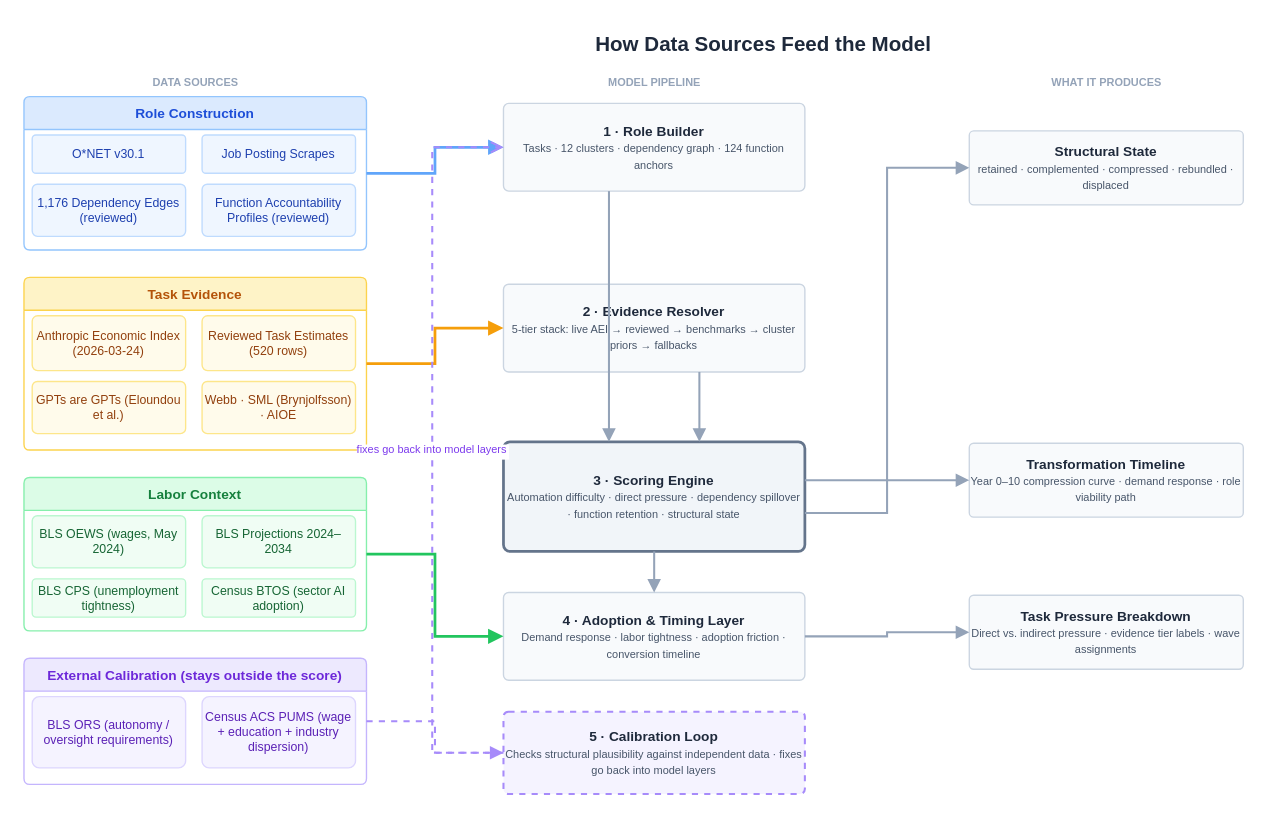
Before: data-sources-diagram.drawio in wrenthejewels/DLYJ, a draw.io diagram. Source tidied: cells renumbered, new cells numbered last; positions are measured from the earlier drawing's top-left corner, leaving out a move shared by most shapes. Both pictures are drawn from the tidied source at 137%, with x=0, y=0 at pixel (23, 23).
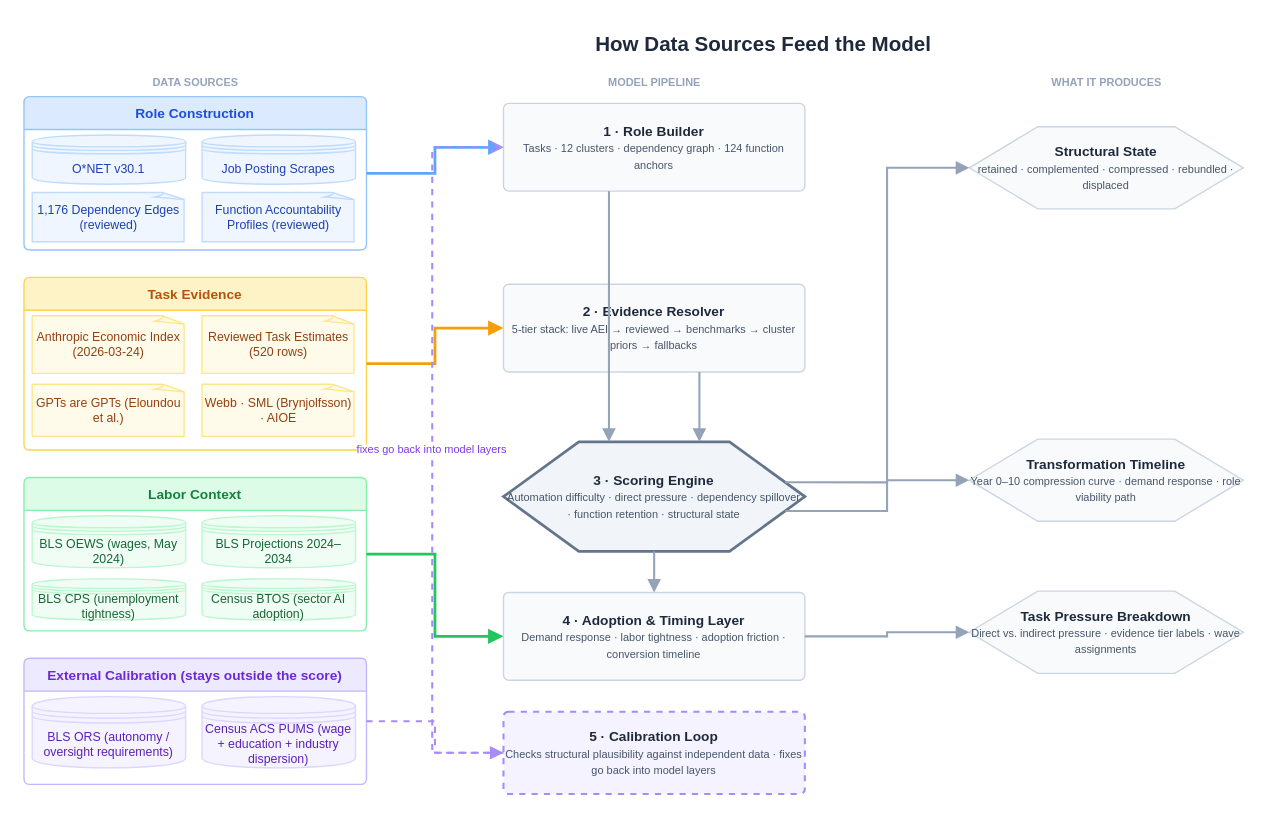
The same page after the edit.

Commit message:
Auto-push after Claude pass [skip ci]

The change refers to these unchanged cells:
```xml
<mxCell id="6" value="Role Construction" style="swimlane;startSize=24;fillColor=#dbeafe;strokeColor=#93c5fd;fontColor=#1d4ed8;fontStyle=1;fontSize=10;arcSize=6;rounded=1;" parent="1" vertex="1">
  <mxGeometry y="53" width="250" height="112" as="geometry" />
</mxCell>
<mxCell id="11" value="Task Evidence" style="swimlane;startSize=24;fillColor=#fef3c7;strokeColor=#fcd34d;fontColor=#b45309;fontStyle=1;fontSize=10;arcSize=6;rounded=1;" parent="1" vertex="1">
  <mxGeometry y="185" width="250" height="126" as="geometry" />
</mxCell>
<mxCell id="16" value="Labor Context" style="swimlane;startSize=24;fillColor=#dcfce7;strokeColor=#86efac;fontColor=#15803d;fontStyle=1;fontSize=10;arcSize=6;rounded=1;" parent="1" vertex="1">
  <mxGeometry y="331" width="250" height="112" as="geometry" />
</mxCell>
<mxCell id="21" value="External Calibration  (stays outside the score)" style="swimlane;startSize=24;fillColor=#ede9fe;strokeColor=#c4b5fd;fontColor=#6d28d9;fontStyle=1;fontSize=10;arcSize=6;rounded=1;" parent="1" vertex="1">
  <mxGeometry y="463" width="250" height="92" as="geometry" />
</mxCell>
```

Diff of the diagram source:
```diff
@@
-    <mxCell id="7" value="O*NET v30.1" style="rounded=1;whiteSpace=wrap;html=1;fillColor=#eff6ff;strokeColor=#bfdbfe;fontColor=#1e40af;fontSize=9;arcSize=10;" parent="6" vertex="1">
-      <mxGeometry x="6" y="28" width="112" height="28" as="geometry" />
+    <mxCell id="7" value="O*NET v30.1" style="shape=datastore;whiteSpace=wrap;html=1;fillColor=#eff6ff;strokeColor=#bfdbfe;fontColor=#1e40af;fontSize=9;" parent="6" vertex="1">
+      <mxGeometry x="6" y="28" width="112" height="36" as="geometry" />
     </mxCell>
-    <mxCell id="8" value="Job Posting Scrapes" style="rounded=1;whiteSpace=wrap;html=1;fillColor=#eff6ff;strokeColor=#bfdbfe;fontColor=#1e40af;fontSize=9;arcSize=10;" parent="6" vertex="1">
-      <mxGeometry x="130" y="28" width="112" height="28" as="geometry" />
+    <mxCell id="8" value="Job Posting Scrapes" style="shape=datastore;whiteSpace=wrap;html=1;fillColor=#eff6ff;strokeColor=#bfdbfe;fontColor=#1e40af;fontSize=9;" parent="6" vertex="1">
+      <mxGeometry x="130" y="28" width="112" height="36" as="geometry" />
     </mxCell>
-    <mxCell id="9" value="1,176 Dependency Edges (reviewed)" style="rounded=1;whiteSpace=wrap;html=1;fillColor=#eff6ff;strokeColor=#bfdbfe;fontColor=#1e40af;fontSize=9;arcSize=10;" parent="6" vertex="1">
-      <mxGeometry x="6" y="64" width="112" height="38" as="geometry" />
+    <mxCell id="9" value="1,176 Dependency Edges (reviewed)" style="whiteSpace=wrap;html=1;shape=mxgraph.basic.document;fillColor=#eff6ff;strokeColor=#bfdbfe;fontColor=#1e40af;fontSize=9;" parent="6" vertex="1">
+      <mxGeometry x="6" y="70" width="112" height="36" as="geometry" />
     </mxCell>
-    <mxCell id="10" value="Function Accountability Profiles (reviewed)" style="rounded=1;whiteSpace=wrap;html=1;fillColor=#eff6ff;strokeColor=#bfdbfe;fontColor=#1e40af;fontSize=9;arcSize=10;" parent="6" vertex="1">
-      <mxGeometry x="130" y="64" width="112" height="38" as="geometry" />
+    <mxCell id="10" value="Function Accountability Profiles (reviewed)" style="whiteSpace=wrap;html=1;shape=mxgraph.basic.document;fillColor=#eff6ff;strokeColor=#bfdbfe;fontColor=#1e40af;fontSize=9;" parent="6" vertex="1">
+      <mxGeometry x="130" y="70" width="112" height="36" as="geometry" />
     </mxCell>
@@
-    <mxCell id="12" value="Anthropic Economic Index (2026-03-24)" style="rounded=1;whiteSpace=wrap;html=1;fillColor=#fffbeb;strokeColor=#fde68a;fontColor=#92400e;fontSize=9;arcSize=10;" parent="11" vertex="1">
-      <mxGeometry x="6" y="28" width="112" height="40" as="geometry" />
+    <mxCell id="12" value="Anthropic Economic Index (2026-03-24)" style="whiteSpace=wrap;html=1;shape=mxgraph.basic.document;fillColor=#fffbeb;strokeColor=#fde68a;fontColor=#92400e;fontSize=9;" parent="11" vertex="1">
+      <mxGeometry x="6" y="28" width="112" height="42" as="geometry" />
     </mxCell>
-    <mxCell id="13" value="Reviewed Task Estimates (520 rows)" style="rounded=1;whiteSpace=wrap;html=1;fillColor=#fffbeb;strokeColor=#fde68a;fontColor=#92400e;fontSize=9;arcSize=10;" parent="11" vertex="1">
-      <mxGeometry x="130" y="28" width="112" height="40" as="geometry" />
+    <mxCell id="13" value="Reviewed Task Estimates (520 rows)" style="whiteSpace=wrap;html=1;shape=mxgraph.basic.document;fillColor=#fffbeb;strokeColor=#fde68a;fontColor=#92400e;fontSize=9;" parent="11" vertex="1">
+      <mxGeometry x="130" y="28" width="112" height="42" as="geometry" />
     </mxCell>
-    <mxCell id="14" value="GPTs are GPTs (Eloundou et al.)" style="rounded=1;whiteSpace=wrap;html=1;fillColor=#fffbeb;strokeColor=#fde68a;fontColor=#92400e;fontSize=9;arcSize=10;" parent="11" vertex="1">
-      <mxGeometry x="6" y="76" width="112" height="38" as="geometry" />
+    <mxCell id="14" value="GPTs are GPTs (Eloundou et al.)" style="whiteSpace=wrap;html=1;shape=mxgraph.basic.document;fillColor=#fffbeb;strokeColor=#fde68a;fontColor=#92400e;fontSize=9;" parent="11" vertex="1">
+      <mxGeometry x="6" y="78" width="112" height="38" as="geometry" />
     </mxCell>
-    <mxCell id="15" value="Webb · SML (Brynjolfsson) · AIOE" style="rounded=1;whiteSpace=wrap;html=1;fillColor=#fffbeb;strokeColor=#fde68a;fontColor=#92400e;fontSize=9;arcSize=10;" parent="11" vertex="1">
-      <mxGeometry x="130" y="76" width="112" height="38" as="geometry" />
+    <mxCell id="15" value="Webb · SML (Brynjolfsson) · AIOE" style="whiteSpace=wrap;html=1;shape=mxgraph.basic.document;fillColor=#fffbeb;strokeColor=#fde68a;fontColor=#92400e;fontSize=9;" parent="11" vertex="1">
+      <mxGeometry x="130" y="78" width="112" height="38" as="geometry" />
     </mxCell>
@@
-    <mxCell id="17" value="BLS OEWS (wages, May 2024)" style="rounded=1;whiteSpace=wrap;html=1;fillColor=#f0fdf4;strokeColor=#bbf7d0;fontColor=#166534;fontSize=9;arcSize=10;" parent="16" vertex="1">
+    <mxCell id="17" value="BLS OEWS (wages, May 2024)" style="shape=datastore;whiteSpace=wrap;html=1;fillColor=#f0fdf4;strokeColor=#bbf7d0;fontColor=#166534;fontSize=9;" parent="16" vertex="1">
       <mxGeometry x="6" y="28" width="112" height="38" as="geometry" />
     </mxCell>
-    <mxCell id="18" value="BLS Projections 2024–2034" style="rounded=1;whiteSpace=wrap;html=1;fillColor=#f0fdf4;strokeColor=#bbf7d0;fontColor=#166534;fontSize=9;arcSize=10;" parent="16" vertex="1">
+    <mxCell id="18" value="BLS Projections 2024–2034" style="shape=datastore;whiteSpace=wrap;html=1;fillColor=#f0fdf4;strokeColor=#bbf7d0;fontColor=#166534;fontSize=9;" parent="16" vertex="1">
       <mxGeometry x="130" y="28" width="112" height="38" as="geometry" />
     </mxCell>
-    <mxCell id="19" value="BLS CPS (unemployment tightness)" style="rounded=1;whiteSpace=wrap;html=1;fillColor=#f0fdf4;strokeColor=#bbf7d0;fontColor=#166534;fontSize=9;arcSize=10;" parent="16" vertex="1">
-      <mxGeometry x="6" y="74" width="112" height="28" as="geometry" />
+    <mxCell id="19" value="BLS CPS (unemployment tightness)" style="shape=datastore;whiteSpace=wrap;html=1;fillColor=#f0fdf4;strokeColor=#bbf7d0;fontColor=#166534;fontSize=9;" parent="16" vertex="1">
+      <mxGeometry x="6" y="74" width="112" height="30" as="geometry" />
     </mxCell>
-    <mxCell id="20" value="Census BTOS (sector AI adoption)" style="rounded=1;whiteSpace=wrap;html=1;fillColor=#f0fdf4;strokeColor=#bbf7d0;fontColor=#166534;fontSize=9;arcSize=10;" parent="16" vertex="1">
-      <mxGeometry x="130" y="74" width="112" height="28" as="geometry" />
+    <mxCell id="20" value="Census BTOS (sector AI adoption)" style="shape=datastore;whiteSpace=wrap;html=1;fillColor=#f0fdf4;strokeColor=#bbf7d0;fontColor=#166534;fontSize=9;" parent="16" vertex="1">
+      <mxGeometry x="130" y="74" width="112" height="30" as="geometry" />
     </mxCell>
@@
-    <mxCell id="22" value="BLS ORS (autonomy / oversight requirements)" style="rounded=1;whiteSpace=wrap;html=1;fillColor=#f5f3ff;strokeColor=#ddd6fe;fontColor=#5b21b6;fontSize=9;arcSize=10;" parent="21" vertex="1">
+    <mxCell id="22" value="BLS ORS (autonomy / oversight requirements)" style="shape=datastore;whiteSpace=wrap;html=1;fillColor=#f5f3ff;strokeColor=#ddd6fe;fontColor=#5b21b6;fontSize=9;" parent="21" vertex="1">
       <mxGeometry x="6" y="28" width="112" height="52" as="geometry" />
     </mxCell>
-    <mxCell id="23" value="Census ACS PUMS (wage + education + industry dispersion)" style="rounded=1;whiteSpace=wrap;html=1;fillColor=#f5f3ff;strokeColor=#ddd6fe;fontColor=#5b21b6;fontSize=9;arcSize=10;" parent="21" vertex="1">
+    <mxCell id="23" value="Census ACS PUMS (wage + education + industry dispersion)" style="shape=datastore;whiteSpace=wrap;html=1;fillColor=#f5f3ff;strokeColor=#ddd6fe;fontColor=#5b21b6;fontSize=9;" parent="21" vertex="1">
       <mxGeometry x="130" y="28" width="112" height="52" as="geometry" />
     </mxCell>
@@
-    <mxCell id="26" value="&lt;b&gt;3 · Scoring Engine&lt;/b&gt;&lt;br&gt;&lt;font style='font-size:8px;' color='#475569'&gt;Automation difficulty · direct pressure · dependency spillover · function retention · structural state&lt;/font&gt;" style="rounded=1;whiteSpace=wrap;html=1;fillColor=#f1f5f9;strokeColor=#64748b;fontColor=#1e293b;fontSize=10;arcSize=6;align=center;verticalAlign=middle;strokeWidth=2;" parent="1" vertex="1">
+    <mxCell id="26" value="&lt;b&gt;3 · Scoring Engine&lt;/b&gt;&lt;br&gt;&lt;font style='font-size:8px;' color='#475569'&gt;Automation difficulty · direct pressure · dependency spillover · function retention · structural state&lt;/font&gt;" style="shape=hexagon;perimeter=hexagonPerimeter2;whiteSpace=wrap;html=1;fillColor=#f1f5f9;strokeColor=#64748b;fontColor=#1e293b;fontSize=10;align=center;verticalAlign=middle;strokeWidth=2;" parent="1" vertex="1">
       <mxGeometry x="350" y="305" width="220" height="80" as="geometry" />
     </mxCell>
@@
-    <mxCell id="29" value="&lt;b&gt;Structural State&lt;/b&gt;&lt;br&gt;&lt;font style='font-size:8px;' color='#475569'&gt;retained · complemented · compressed · rebundled · displaced&lt;/font&gt;" style="rounded=1;whiteSpace=wrap;html=1;fillColor=#f8fafc;strokeColor=#cbd5e1;fontColor=#1e293b;fontSize=10;arcSize=6;align=center;" parent="1" vertex="1">
-      <mxGeometry x="690" y="78" width="200" height="54" as="geometry" />
+    <mxCell id="29" value="&lt;b&gt;Structural State&lt;/b&gt;&lt;br&gt;&lt;font style='font-size:8px;' color='#475569'&gt;retained · complemented · compressed · rebundled · displaced&lt;/font&gt;" style="shape=hexagon;perimeter=hexagonPerimeter2;whiteSpace=wrap;html=1;fillColor=#f8fafc;strokeColor=#cbd5e1;fontColor=#1e293b;fontSize=10;align=center;" parent="1" vertex="1">
+      <mxGeometry x="690" y="75" width="200" height="60" as="geometry" />
     </mxCell>
-    <mxCell id="30" value="&lt;b&gt;Transformation Timeline&lt;/b&gt;&lt;br&gt;&lt;font style='font-size:8px;' color='#475569'&gt;Year 0–10 compression curve · demand response · role viability path&lt;/font&gt;" style="rounded=1;whiteSpace=wrap;html=1;fillColor=#f8fafc;strokeColor=#cbd5e1;fontColor=#1e293b;fontSize=10;arcSize=6;align=center;" parent="1" vertex="1">
-      <mxGeometry x="690" y="306" width="200" height="54" as="geometry" />
+    <mxCell id="30" value="&lt;b&gt;Transformation Timeline&lt;/b&gt;&lt;br&gt;&lt;font style='font-size:8px;' color='#475569'&gt;Year 0–10 compression curve · demand response · role viability path&lt;/font&gt;" style="shape=hexagon;perimeter=hexagonPerimeter2;whiteSpace=wrap;html=1;fillColor=#f8fafc;strokeColor=#cbd5e1;fontColor=#1e293b;fontSize=10;align=center;" parent="1" vertex="1">
+      <mxGeometry x="690" y="303" width="200" height="60" as="geometry" />
     </mxCell>
-    <mxCell id="31" value="&lt;b&gt;Task Pressure Breakdown&lt;/b&gt;&lt;br&gt;&lt;font style='font-size:8px;' color='#475569'&gt;Direct vs. indirect pressure · evidence tier labels · wave assignments&lt;/font&gt;" style="rounded=1;whiteSpace=wrap;html=1;fillColor=#f8fafc;strokeColor=#cbd5e1;fontColor=#1e293b;fontSize=10;arcSize=6;align=center;" parent="1" vertex="1">
-      <mxGeometry x="690" y="417" width="200" height="54" as="geometry" />
+    <mxCell id="31" value="&lt;b&gt;Task Pressure Breakdown&lt;/b&gt;&lt;br&gt;&lt;font style='font-size:8px;' color='#475569'&gt;Direct vs. indirect pressure · evidence tier labels · wave assignments&lt;/font&gt;" style="shape=hexagon;perimeter=hexagonPerimeter2;whiteSpace=wrap;html=1;fillColor=#f8fafc;strokeColor=#cbd5e1;fontColor=#1e293b;fontSize=10;align=center;" parent="1" vertex="1">
+      <mxGeometry x="690" y="414" width="200" height="60" as="geometry" />
     </mxCell>
```
